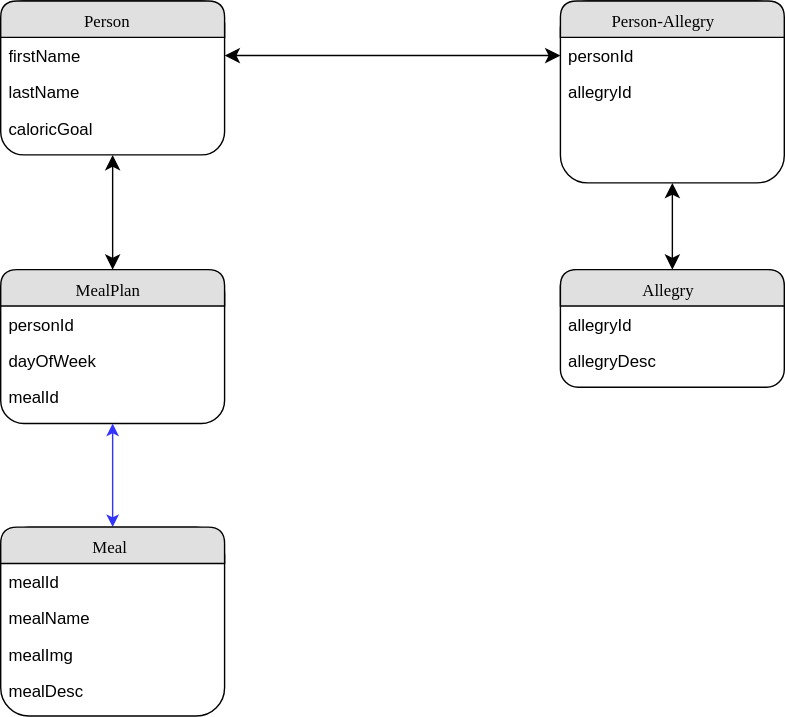
Before: eat-smarter.svg, a diagram exported from draw.io (iamdp/Eat-Smarter-Backend). Source tidied: cells renumbered, new cells last; positions are measured from the earlier drawing's top-left corner, leaving out a move shared by most shapes. Source of this version:
```xml
<mxGraphModel background="#ffffff">
  <root>
    <mxCell id="0" />
    <mxCell id="1" parent="0" />
    <mxCell id="2" value="Person&lt;br&gt;" style="swimlane;html=1;fontStyle=0;horizontal=1;startSize=26;fillColor=#e0e0e0;swimlaneFillColor=#ffffff;align=center;rounded=1;shadow=0;comic=0;labelBackgroundColor=none;strokeColor=#000000;strokeWidth=1;fontFamily=Verdana;fontSize=12;fontColor=#000000;" parent="1" vertex="1">
      <mxGeometry width="160" height="110" as="geometry" />
    </mxCell>
    <mxCell id="3" value="firstName" style="text;html=1;strokeColor=none;fillColor=none;spacingLeft=4;spacingRight=4;whiteSpace=wrap;overflow=hidden;points=[[0,0.5],[1,0.5]];portConstraint=eastwest;" parent="2" vertex="1">
      <mxGeometry y="26" width="160" height="26" as="geometry" />
    </mxCell>
    <mxCell id="4" value="lastName" style="text;html=1;strokeColor=none;fillColor=none;spacingLeft=4;spacingRight=4;whiteSpace=wrap;overflow=hidden;" parent="2" vertex="1">
      <mxGeometry y="52" width="160" height="26" as="geometry" />
    </mxCell>
    <mxCell id="5" value="caloricGoal" style="text;html=1;strokeColor=none;fillColor=none;spacingLeft=4;spacingRight=4;whiteSpace=wrap;overflow=hidden;" parent="2" vertex="1">
      <mxGeometry y="78" width="160" height="26" as="geometry" />
    </mxCell>
    <mxCell id="6" value="Person-Allegry" style="swimlane;html=1;fontStyle=0;horizontal=1;startSize=26;fillColor=#e0e0e0;swimlaneFillColor=#ffffff;align=center;rounded=1;shadow=0;comic=0;labelBackgroundColor=none;strokeColor=#000000;strokeWidth=1;fontFamily=Verdana;fontSize=12;fontColor=#000000;" parent="1" vertex="1">
      <mxGeometry x="400" width="160" height="130" as="geometry" />
    </mxCell>
    <mxCell id="7" value="personId" style="text;html=1;strokeColor=none;fillColor=none;spacingLeft=4;spacingRight=4;whiteSpace=wrap;overflow=hidden;points=[[0,0.5],[1,0.5]];portConstraint=eastwest;" parent="6" vertex="1">
      <mxGeometry y="26" width="160" height="26" as="geometry" />
    </mxCell>
    <mxCell id="8" value="allegryId" style="text;html=1;strokeColor=none;fillColor=none;spacingLeft=4;spacingRight=4;whiteSpace=wrap;overflow=hidden;" parent="6" vertex="1">
      <mxGeometry y="52" width="160" height="26" as="geometry" />
    </mxCell>
    <mxCell id="9" value="MealPlan" style="swimlane;html=1;fontStyle=0;horizontal=1;startSize=26;fillColor=#e0e0e0;swimlaneFillColor=#ffffff;align=center;rounded=1;shadow=0;comic=0;labelBackgroundColor=none;strokeColor=#000000;strokeWidth=1;fontFamily=Verdana;fontSize=12;fontColor=#000000;" parent="1" vertex="1">
      <mxGeometry y="192" width="160" height="110" as="geometry" />
    </mxCell>
    <mxCell id="10" value="personId" style="text;html=1;strokeColor=none;fillColor=none;spacingLeft=4;spacingRight=4;whiteSpace=wrap;overflow=hidden;" parent="9" vertex="1">
      <mxGeometry y="26" width="160" height="26" as="geometry" />
    </mxCell>
    <mxCell id="11" value="dayOfWeek" style="text;html=1;strokeColor=none;fillColor=none;spacingLeft=4;spacingRight=4;whiteSpace=wrap;overflow=hidden;points=[[0,0.5],[1,0.5]];portConstraint=eastwest;" parent="9" vertex="1">
      <mxGeometry y="52" width="160" height="26" as="geometry" />
    </mxCell>
    <mxCell id="12" value="mealId" style="text;html=1;strokeColor=none;fillColor=none;spacingLeft=4;spacingRight=4;whiteSpace=wrap;overflow=hidden;" parent="9" vertex="1">
      <mxGeometry y="78" width="160" height="26" as="geometry" />
    </mxCell>
    <mxCell id="13" style="edgeStyle=orthogonalEdgeStyle;rounded=0;html=1;entryX=0.5;entryY=1;startArrow=classic;startFill=1;jettySize=auto;strokeColor=#3333FF;fontFamily=Helvetica;fontSize=12;" parent="1" edge="1" source="14" target="9">
      <mxGeometry relative="1" as="geometry" />
    </mxCell>
    <mxCell id="14" value="Meal" style="swimlane;html=1;fontStyle=0;horizontal=1;startSize=26;fillColor=#e0e0e0;swimlaneFillColor=#ffffff;align=center;rounded=1;shadow=0;comic=0;labelBackgroundColor=none;strokeColor=#000000;strokeWidth=1;fontFamily=Verdana;fontSize=12;fontColor=#000000;" parent="1" vertex="1">
      <mxGeometry y="376" width="160" height="135" as="geometry" />
    </mxCell>
    <mxCell id="15" value="mealId" style="text;html=1;strokeColor=none;fillColor=none;spacingLeft=4;spacingRight=4;whiteSpace=wrap;overflow=hidden;" parent="14" vertex="1">
      <mxGeometry y="26" width="160" height="26" as="geometry" />
    </mxCell>
    <mxCell id="16" value="mealName" style="text;html=1;strokeColor=none;fillColor=none;spacingLeft=4;spacingRight=4;whiteSpace=wrap;overflow=hidden;" parent="14" vertex="1">
      <mxGeometry y="52" width="160" height="26" as="geometry" />
    </mxCell>
    <mxCell id="17" value="mealImg" style="text;html=1;strokeColor=none;fillColor=none;spacingLeft=4;spacingRight=4;whiteSpace=wrap;overflow=hidden;" parent="14" vertex="1">
      <mxGeometry y="78" width="160" height="26" as="geometry" />
    </mxCell>
    <mxCell id="18" value="mealDesc" style="text;html=1;strokeColor=none;fillColor=none;spacingLeft=4;spacingRight=4;whiteSpace=wrap;overflow=hidden;" parent="14" vertex="1">
      <mxGeometry y="104" width="160" height="26" as="geometry" />
    </mxCell>
    <mxCell id="19" value="Allegry" style="swimlane;html=1;fontStyle=0;horizontal=1;startSize=26;fillColor=#e0e0e0;swimlaneFillColor=#ffffff;align=center;rounded=1;shadow=0;comic=0;labelBackgroundColor=none;strokeColor=#000000;strokeWidth=1;fontFamily=Verdana;fontSize=12;fontColor=#000000;" parent="1" vertex="1">
      <mxGeometry x="400" y="192" width="160" height="84" as="geometry" />
    </mxCell>
    <mxCell id="20" value="allegryId" style="text;html=1;strokeColor=none;fillColor=none;spacingLeft=4;spacingRight=4;whiteSpace=wrap;overflow=hidden;" parent="19" vertex="1">
      <mxGeometry y="26" width="160" height="26" as="geometry" />
    </mxCell>
    <mxCell id="21" value="allegryDesc" style="text;html=1;strokeColor=none;fillColor=none;spacingLeft=4;spacingRight=4;whiteSpace=wrap;overflow=hidden;" parent="19" vertex="1">
      <mxGeometry y="52" width="160" height="26" as="geometry" />
    </mxCell>
    <mxCell id="22" style="edgeStyle=orthogonalEdgeStyle;html=1;labelBackgroundColor=none;startFill=1;startSize=8;endFill=1;endSize=8;fontFamily=Verdana;fontSize=12;startArrow=classic;" parent="1" edge="1" source="2" target="9">
      <mxGeometry relative="1" as="geometry" />
    </mxCell>
    <mxCell id="23" style="edgeStyle=orthogonalEdgeStyle;html=1;labelBackgroundColor=none;startFill=1;startSize=8;endFill=1;endSize=8;fontFamily=Verdana;fontSize=12;startArrow=classic;" parent="1" edge="1" source="6" target="19">
      <mxGeometry relative="1" as="geometry" />
    </mxCell>
    <mxCell id="24" style="edgeStyle=orthogonalEdgeStyle;html=1;exitX=0;exitY=0.5;entryX=1;entryY=0.5;labelBackgroundColor=none;startFill=1;startSize=8;endFill=1;endSize=8;fontFamily=Verdana;fontSize=12;startArrow=classic;" parent="1" edge="1" source="7" target="3">
      <mxGeometry relative="1" as="geometry" />
    </mxCell>
  </root>
</mxGraphModel>
```
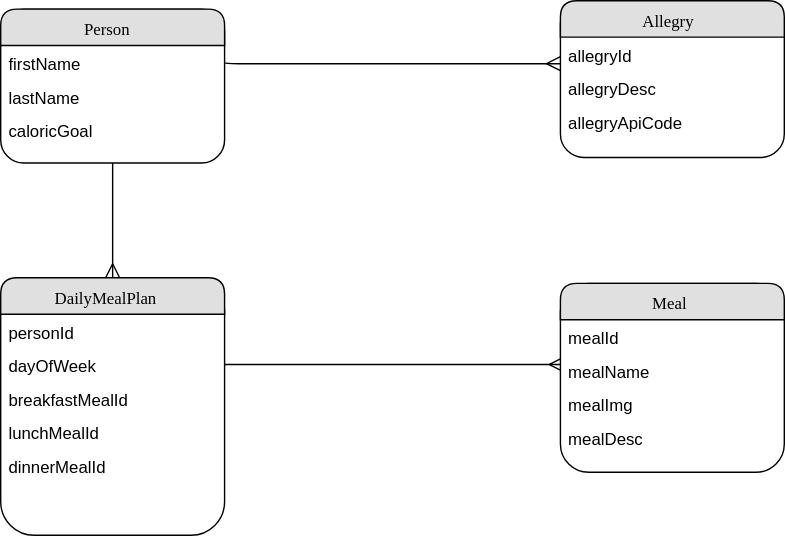
The same diagram one commit later.

Change to the diagram source:
```diff
@@ -5,71 +5,79 @@
     <mxCell id="2" value="Person&lt;br&gt;" style="swimlane;html=1;fontStyle=0;horizontal=1;startSize=26;fillColor=#e0e0e0;swimlaneFillColor=#ffffff;align=center;rounded=1;shadow=0;comic=0;labelBackgroundColor=none;strokeColor=#000000;strokeWidth=1;fontFamily=Verdana;fontSize=12;fontColor=#000000;" parent="1" vertex="1">
       <mxGeometry width="160" height="110" as="geometry" />
     </mxCell>
-    <mxCell id="3" value="firstName" style="text;html=1;strokeColor=none;fillColor=none;spacingLeft=4;spacingRight=4;whiteSpace=wrap;overflow=hidden;points=[[0,0.5],[1,0.5]];portConstraint=eastwest;" parent="2" vertex="1">
-      <mxGeometry y="26" width="160" height="26" as="geometry" />
+    <mxCell id="3" value="firstName" style="text;html=1;strokeColor=none;fillColor=none;spacingLeft=4;spacingRight=4;whiteSpace=wrap;overflow=hidden;points=[[0,0.5],[1,0.5]];portConstraint=eastwest;spacing=2;spacingBottom=0;" parent="2" vertex="1">
+      <mxGeometry y="26" width="160" height="24" as="geometry" />
     </mxCell>
-    <mxCell id="4" value="lastName" style="text;html=1;strokeColor=none;fillColor=none;spacingLeft=4;spacingRight=4;whiteSpace=wrap;overflow=hidden;" parent="2" vertex="1">
-      <mxGeometry y="52" width="160" height="26" as="geometry" />
+    <mxCell id="4" value="lastName" style="text;html=1;strokeColor=none;fillColor=none;spacingLeft=4;spacingRight=4;whiteSpace=wrap;overflow=hidden;spacing=2;spacingBottom=0;" parent="2" vertex="1">
+      <mxGeometry y="50" width="160" height="24" as="geometry" />
     </mxCell>
-    <mxCell id="5" value="caloricGoal" style="text;html=1;strokeColor=none;fillColor=none;spacingLeft=4;spacingRight=4;whiteSpace=wrap;overflow=hidden;" parent="2" vertex="1">
-      <mxGeometry y="78" width="160" height="26" as="geometry" />
+    <mxCell id="5" value="caloricGoal" style="text;html=1;strokeColor=none;fillColor=none;spacingLeft=4;spacingRight=4;whiteSpace=wrap;overflow=hidden;spacing=2;spacingBottom=0;" parent="2" vertex="1">
+      <mxGeometry y="74" width="160" height="24" as="geometry" />
     </mxCell>
-    <mxCell id="6" value="Person-Allegry" style="swimlane;html=1;fontStyle=0;horizontal=1;startSize=26;fillColor=#e0e0e0;swimlaneFillColor=#ffffff;align=center;rounded=1;shadow=0;comic=0;labelBackgroundColor=none;strokeColor=#000000;strokeWidth=1;fontFamily=Verdana;fontSize=12;fontColor=#000000;" parent="1" vertex="1">
-      <mxGeometry x="400" width="160" height="130" as="geometry" />
-    </mxCell>
-    <mxCell id="7" value="personId" style="text;html=1;strokeColor=none;fillColor=none;spacingLeft=4;spacingRight=4;whiteSpace=wrap;overflow=hidden;points=[[0,0.5],[1,0.5]];portConstraint=eastwest;" parent="6" vertex="1">
-      <mxGeometry y="26" width="160" height="26" as="geometry" />
-    </mxCell>
-    <mxCell id="8" value="allegryId" style="text;html=1;strokeColor=none;fillColor=none;spacingLeft=4;spacingRight=4;whiteSpace=wrap;overflow=hidden;" parent="6" vertex="1">
-      <mxGeometry y="52" width="160" height="26" as="geometry" />
-    </mxCell>
-    <mxCell id="9" value="MealPlan" style="swimlane;html=1;fontStyle=0;horizontal=1;startSize=26;fillColor=#e0e0e0;swimlaneFillColor=#ffffff;align=center;rounded=1;shadow=0;comic=0;labelBackgroundColor=none;strokeColor=#000000;strokeWidth=1;fontFamily=Verdana;fontSize=12;fontColor=#000000;" parent="1" vertex="1">
-      <mxGeometry y="192" width="160" height="110" as="geometry" />
+    <mxCell id="9" value="DailyMealPlan" style="swimlane;html=1;fontStyle=0;horizontal=1;startSize=26;fillColor=#e0e0e0;swimlaneFillColor=#ffffff;align=center;rounded=1;shadow=0;comic=0;labelBackgroundColor=none;strokeColor=#000000;strokeWidth=1;fontFamily=Verdana;fontSize=12;fontColor=#000000;" parent="1" vertex="1">
+      <mxGeometry y="192" width="160" height="184" as="geometry" />
     </mxCell>
-    <mxCell id="10" value="personId" style="text;html=1;strokeColor=none;fillColor=none;spacingLeft=4;spacingRight=4;whiteSpace=wrap;overflow=hidden;" parent="9" vertex="1">
-      <mxGeometry y="26" width="160" height="26" as="geometry" />
+    <mxCell id="10" value="personId" style="text;html=1;strokeColor=none;fillColor=none;spacingLeft=4;spacingRight=4;whiteSpace=wrap;overflow=hidden;spacing=2;spacingBottom=0;" parent="9" vertex="1">
+      <mxGeometry y="26" width="160" height="24" as="geometry" />
     </mxCell>
-    <mxCell id="11" value="dayOfWeek" style="text;html=1;strokeColor=none;fillColor=none;spacingLeft=4;spacingRight=4;whiteSpace=wrap;overflow=hidden;points=[[0,0.5],[1,0.5]];portConstraint=eastwest;" parent="9" vertex="1">
-      <mxGeometry y="52" width="160" height="26" as="geometry" />
+    <mxCell id="11" value="dayOfWeek" style="text;html=1;strokeColor=none;fillColor=none;spacingLeft=4;spacingRight=4;whiteSpace=wrap;overflow=hidden;points=[[0,0.5],[1,0.5]];portConstraint=eastwest;spacing=2;spacingBottom=0;" parent="9" vertex="1">
+      <mxGeometry y="50" width="160" height="24" as="geometry" />
     </mxCell>
-    <mxCell id="12" value="mealId" style="text;html=1;strokeColor=none;fillColor=none;spacingLeft=4;spacingRight=4;whiteSpace=wrap;overflow=hidden;" parent="9" vertex="1">
-      <mxGeometry y="78" width="160" height="26" as="geometry" />
+    <mxCell id="12" value="breakfastMealId" style="text;html=1;strokeColor=none;fillColor=none;spacingLeft=4;spacingRight=4;whiteSpace=wrap;overflow=hidden;spacing=2;spacingBottom=0;" parent="9" vertex="1">
+      <mxGeometry y="74" width="160" height="24" as="geometry" />
     </mxCell>
+    <mxCell id="25" value="lunchMealId" style="text;html=1;strokeColor=none;fillColor=none;spacingLeft=4;spacingRight=4;whiteSpace=wrap;overflow=hidden;" parent="9" vertex="1">
+      <mxGeometry y="98" width="160" height="24" as="geometry" />
+    </mxCell>
+    <mxCell id="26" value="dinnerMealId" style="text;html=1;strokeColor=none;fillColor=none;spacingLeft=4;spacingRight=4;whiteSpace=wrap;overflow=hidden;spacing=2;spacingBottom=0;" parent="9" vertex="1">
+      <mxGeometry y="122" width="160" height="24" as="geometry" />
+    </mxCell>
-    <mxCell id="13" style="edgeStyle=orthogonalEdgeStyle;rounded=0;html=1;entryX=0.5;entryY=1;startArrow=classic;startFill=1;jettySize=auto;strokeColor=#3333FF;fontFamily=Helvetica;fontSize=12;" parent="1" edge="1" source="14" target="9">
-      <mxGeometry relative="1" as="geometry" />
+    <mxCell id="13" style="edgeStyle=orthogonalEdgeStyle;rounded=0;html=1;entryX=1;entryY=0.5;startArrow=ERmany;startFill=0;jettySize=auto;strokeColor=#000000;fontFamily=Helvetica;fontSize=12;endArrow=none;endFill=0;" parent="1" edge="1" source="14" target="11">
+      <mxGeometry relative="1" as="geometry">
+        <Array as="points">
+          <mxPoint x="350" y="254" />
+          <mxPoint x="350" y="254" />
+        </Array>
+      </mxGeometry>
     </mxCell>
     <mxCell id="14" value="Meal" style="swimlane;html=1;fontStyle=0;horizontal=1;startSize=26;fillColor=#e0e0e0;swimlaneFillColor=#ffffff;align=center;rounded=1;shadow=0;comic=0;labelBackgroundColor=none;strokeColor=#000000;strokeWidth=1;fontFamily=Verdana;fontSize=12;fontColor=#000000;" parent="1" vertex="1">
-      <mxGeometry y="376" width="160" height="135" as="geometry" />
+      <mxGeometry x="400" y="196" width="160" height="135" as="geometry" />
     </mxCell>
-    <mxCell id="15" value="mealId" style="text;html=1;strokeColor=none;fillColor=none;spacingLeft=4;spacingRight=4;whiteSpace=wrap;overflow=hidden;" parent="14" vertex="1">
-      <mxGeometry y="26" width="160" height="26" as="geometry" />
+    <mxCell id="15" value="mealId" style="text;html=1;strokeColor=none;fillColor=none;spacingLeft=4;spacingRight=4;whiteSpace=wrap;overflow=hidden;spacing=2;spacingBottom=0;" parent="14" vertex="1">
+      <mxGeometry y="26" width="160" height="24" as="geometry" />
     </mxCell>
-    <mxCell id="16" value="mealName" style="text;html=1;strokeColor=none;fillColor=none;spacingLeft=4;spacingRight=4;whiteSpace=wrap;overflow=hidden;" parent="14" vertex="1">
-      <mxGeometry y="52" width="160" height="26" as="geometry" />
+    <mxCell id="16" value="mealName" style="text;html=1;strokeColor=none;fillColor=none;spacingLeft=4;spacingRight=4;whiteSpace=wrap;overflow=hidden;spacing=2;spacingBottom=0;" parent="14" vertex="1">
+      <mxGeometry y="50" width="160" height="24" as="geometry" />
     </mxCell>
-    <mxCell id="17" value="mealImg" style="text;html=1;strokeColor=none;fillColor=none;spacingLeft=4;spacingRight=4;whiteSpace=wrap;overflow=hidden;" parent="14" vertex="1">
-      <mxGeometry y="78" width="160" height="26" as="geometry" />
+    <mxCell id="17" value="mealImg" style="text;html=1;strokeColor=none;fillColor=none;spacingLeft=4;spacingRight=4;whiteSpace=wrap;overflow=hidden;spacing=2;spacingBottom=0;" parent="14" vertex="1">
+      <mxGeometry y="74" width="160" height="24" as="geometry" />
     </mxCell>
-    <mxCell id="18" value="mealDesc" style="text;html=1;strokeColor=none;fillColor=none;spacingLeft=4;spacingRight=4;whiteSpace=wrap;overflow=hidden;" parent="14" vertex="1">
-      <mxGeometry y="104" width="160" height="26" as="geometry" />
+    <mxCell id="18" value="mealDesc" style="text;html=1;strokeColor=none;fillColor=none;spacingLeft=4;spacingRight=4;whiteSpace=wrap;overflow=hidden;spacing=2;spacingBottom=0;" parent="14" vertex="1">
+      <mxGeometry y="98" width="160" height="24" as="geometry" />
     </mxCell>
     <mxCell id="19" value="Allegry" style="swimlane;html=1;fontStyle=0;horizontal=1;startSize=26;fillColor=#e0e0e0;swimlaneFillColor=#ffffff;align=center;rounded=1;shadow=0;comic=0;labelBackgroundColor=none;strokeColor=#000000;strokeWidth=1;fontFamily=Verdana;fontSize=12;fontColor=#000000;" parent="1" vertex="1">
-      <mxGeometry x="400" y="192" width="160" height="84" as="geometry" />
+      <mxGeometry x="400" y="-6" width="160" height="112" as="geometry" />
     </mxCell>
-    <mxCell id="20" value="allegryId" style="text;html=1;strokeColor=none;fillColor=none;spacingLeft=4;spacingRight=4;whiteSpace=wrap;overflow=hidden;" parent="19" vertex="1">
-      <mxGeometry y="26" width="160" height="26" as="geometry" />
-    </mxCell>
+    <mxCell id="27" value="allegryId" style="text;html=1;strokeColor=none;fillColor=none;spacingLeft=4;spacingRight=4;whiteSpace=wrap;overflow=hidden;spacing=2;spacingBottom=0;" parent="19" vertex="1">
+      <mxGeometry y="26" width="160" height="24" as="geometry" />
+    </mxCell>
-    <mxCell id="21" value="allegryDesc" style="text;html=1;strokeColor=none;fillColor=none;spacingLeft=4;spacingRight=4;whiteSpace=wrap;overflow=hidden;" parent="19" vertex="1">
-      <mxGeometry y="52" width="160" height="26" as="geometry" />
+    <mxCell id="21" value="allegryDesc" style="text;html=1;strokeColor=none;fillColor=none;spacingLeft=4;spacingRight=4;whiteSpace=wrap;overflow=hidden;spacing=2;spacingBottom=0;" parent="19" vertex="1">
+      <mxGeometry y="50" width="160" height="24" as="geometry" />
     </mxCell>
+    <mxCell id="28" value="allegryApiCode" style="text;html=1;strokeColor=none;fillColor=none;spacingLeft=4;spacingRight=4;whiteSpace=wrap;overflow=hidden;spacing=2;spacingBottom=0;" parent="19" vertex="1">
+      <mxGeometry y="74" width="160" height="24" as="geometry" />
+    </mxCell>
-    <mxCell id="22" style="edgeStyle=orthogonalEdgeStyle;html=1;labelBackgroundColor=none;startFill=1;startSize=8;endFill=1;endSize=8;fontFamily=Verdana;fontSize=12;startArrow=classic;" parent="1" edge="1" source="2" target="9">
+    <mxCell id="22" style="edgeStyle=orthogonalEdgeStyle;html=1;labelBackgroundColor=none;startFill=0;startSize=8;endFill=0;endSize=8;fontFamily=Verdana;fontSize=12;startArrow=none;endArrow=ERmany;" parent="1" edge="1" source="2" target="9">
       <mxGeometry relative="1" as="geometry" />
     </mxCell>
-    <mxCell id="23" style="edgeStyle=orthogonalEdgeStyle;html=1;labelBackgroundColor=none;startFill=1;startSize=8;endFill=1;endSize=8;fontFamily=Verdana;fontSize=12;startArrow=classic;" parent="1" edge="1" source="6" target="19">
-      <mxGeometry relative="1" as="geometry" />
-    </mxCell>
-    <mxCell id="24" style="edgeStyle=orthogonalEdgeStyle;html=1;exitX=0;exitY=0.5;entryX=1;entryY=0.5;labelBackgroundColor=none;startFill=1;startSize=8;endFill=1;endSize=8;fontFamily=Verdana;fontSize=12;startArrow=classic;" parent="1" edge="1" source="7" target="3">
-      <mxGeometry relative="1" as="geometry" />
+    <mxCell id="24" style="edgeStyle=orthogonalEdgeStyle;html=1;entryX=1;entryY=0.5;labelBackgroundColor=none;startFill=0;startSize=8;endFill=0;endSize=8;fontFamily=Verdana;fontSize=12;startArrow=ERmany;endArrow=none;" parent="1" edge="1" target="3">
+      <mxGeometry relative="1" as="geometry">
+        <mxPoint x="400" y="39" as="sourcePoint" />
+        <Array as="points">
+          <mxPoint x="310" y="39" />
+          <mxPoint x="310" y="39" />
+        </Array>
+      </mxGeometry>
     </mxCell>
   </root>
 </mxGraphModel>
```
